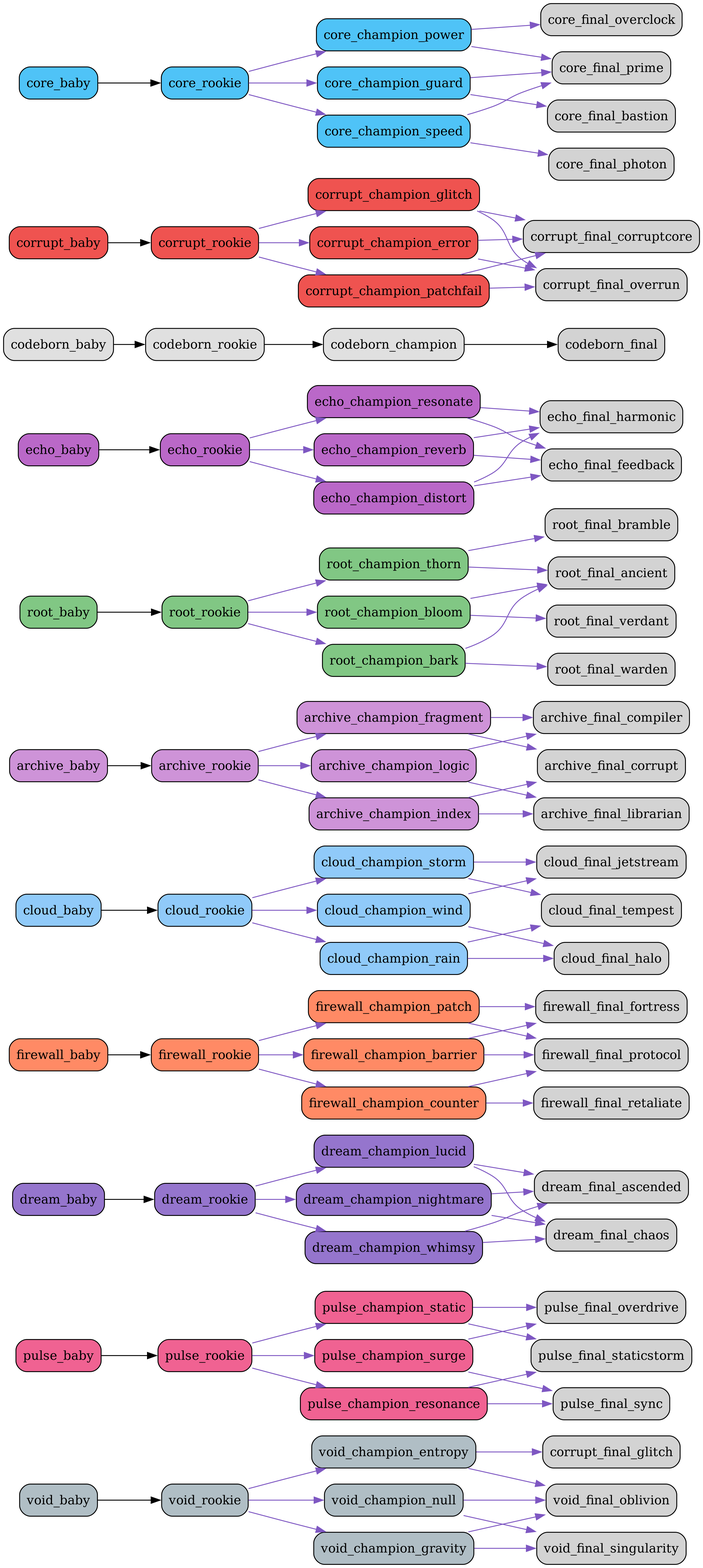
The Graphviz diagram src/netgrid/systems/evolution/graphs/full/evolution_graph.png in bwlight/NetGrid, before a commit. Its source is kept beside it as src/netgrid/systems/evolution/graphs/full/evolution_graph.dot. Source of this version:
```dot
digraph EvolutionTree {
  rankdir=LR;
  node [shape=box, style="rounded,filled"];
  "void_baby" [fillcolor="#b0bec5"];
  "void_baby" -> "void_rookie";
  "void_rookie" [fillcolor="#b0bec5"];
  "void_rookie" -> "void_champion_entropy" [color="#7e57c2"];
  "void_rookie" -> "void_champion_gravity" [color="#7e57c2"];
  "void_rookie" -> "void_champion_null" [color="#7e57c2"];
  "void_champion_entropy" [fillcolor="#b0bec5"];
  "void_champion_entropy" -> "corrupt_final_glitch" [color="#7e57c2"];
  "void_champion_entropy" -> "void_final_oblivion" [color="#7e57c2"];
  "void_champion_gravity" [fillcolor="#b0bec5"];
  "void_champion_gravity" -> "void_final_singularity" [color="#7e57c2"];
  "void_champion_gravity" -> "void_final_oblivion" [color="#7e57c2"];
  "void_champion_null" [fillcolor="#b0bec5"];
  "void_champion_null" -> "void_final_oblivion" [color="#7e57c2"];
  "void_champion_null" -> "void_final_singularity" [color="#7e57c2"];
  "pulse_baby" [fillcolor="#f06292"];
  "pulse_baby" -> "pulse_rookie";
  "pulse_rookie" [fillcolor="#f06292"];
  "pulse_rookie" -> "pulse_champion_surge" [color="#7e57c2"];
  "pulse_rookie" -> "pulse_champion_resonance" [color="#7e57c2"];
  "pulse_rookie" -> "pulse_champion_static" [color="#7e57c2"];
  "pulse_champion_surge" [fillcolor="#f06292"];
  "pulse_champion_surge" -> "pulse_final_overdrive" [color="#7e57c2"];
  "pulse_champion_surge" -> "pulse_final_sync" [color="#7e57c2"];
  "pulse_champion_resonance" [fillcolor="#f06292"];
  "pulse_champion_resonance" -> "pulse_final_sync" [color="#7e57c2"];
  "pulse_champion_resonance" -> "pulse_final_staticstorm" [color="#7e57c2"];
  "pulse_champion_static" [fillcolor="#f06292"];
  "pulse_champion_static" -> "pulse_final_staticstorm" [color="#7e57c2"];
  "pulse_champion_static" -> "pulse_final_overdrive" [color="#7e57c2"];
  "dream_baby" [fillcolor="#9575cd"];
  "dream_baby" -> "dream_rookie";
  "dream_rookie" [fillcolor="#9575cd"];
  "dream_rookie" -> "dream_champion_lucid" [color="#7e57c2"];
  "dream_rookie" -> "dream_champion_nightmare" [color="#7e57c2"];
  "dream_rookie" -> "dream_champion_whimsy" [color="#7e57c2"];
  "dream_champion_lucid" [fillcolor="#9575cd"];
  "dream_champion_lucid" -> "dream_final_ascended" [color="#7e57c2"];
  "dream_champion_lucid" -> "dream_final_chaos" [color="#7e57c2"];
  "dream_champion_nightmare" [fillcolor="#9575cd"];
  "dream_champion_nightmare" -> "dream_final_chaos" [color="#7e57c2"];
  "dream_champion_nightmare" -> "dream_final_ascended" [color="#7e57c2"];
  "dream_champion_whimsy" [fillcolor="#9575cd"];
  "dream_champion_whimsy" -> "dream_final_ascended" [color="#7e57c2"];
  "dream_champion_whimsy" -> "dream_final_chaos" [color="#7e57c2"];
  "firewall_baby" [fillcolor="#ff8a65"];
  "firewall_baby" -> "firewall_rookie";
  "firewall_rookie" [fillcolor="#ff8a65"];
  "firewall_rookie" -> "firewall_champion_barrier" [color="#7e57c2"];
  "firewall_rookie" -> "firewall_champion_counter" [color="#7e57c2"];
  "firewall_rookie" -> "firewall_champion_patch" [color="#7e57c2"];
  "firewall_champion_barrier" [fillcolor="#ff8a65"];
  "firewall_champion_barrier" -> "firewall_final_fortress" [color="#7e57c2"];
  "firewall_champion_barrier" -> "firewall_final_protocol" [color="#7e57c2"];
  "firewall_champion_counter" [fillcolor="#ff8a65"];
  "firewall_champion_counter" -> "firewall_final_retaliate" [color="#7e57c2"];
  "firewall_champion_counter" -> "firewall_final_protocol" [color="#7e57c2"];
  "firewall_champion_patch" [fillcolor="#ff8a65"];
  "firewall_champion_patch" -> "firewall_final_protocol" [color="#7e57c2"];
  "firewall_champion_patch" -> "firewall_final_fortress" [color="#7e57c2"];
  "cloud_baby" [fillcolor="#90caf9"];
  "cloud_baby" -> "cloud_rookie";
  "cloud_rookie" [fillcolor="#90caf9"];
  "cloud_rookie" -> "cloud_champion_wind" [color="#7e57c2"];
  "cloud_rookie" -> "cloud_champion_rain" [color="#7e57c2"];
  "cloud_rookie" -> "cloud_champion_storm" [color="#7e57c2"];
  "cloud_champion_wind" [fillcolor="#90caf9"];
  "cloud_champion_wind" -> "cloud_final_jetstream" [color="#7e57c2"];
  "cloud_champion_wind" -> "cloud_final_halo" [color="#7e57c2"];
  "cloud_champion_rain" [fillcolor="#90caf9"];
  "cloud_champion_rain" -> "cloud_final_halo" [color="#7e57c2"];
  "cloud_champion_rain" -> "cloud_final_tempest" [color="#7e57c2"];
  "cloud_champion_storm" [fillcolor="#90caf9"];
  "cloud_champion_storm" -> "cloud_final_tempest" [color="#7e57c2"];
  "cloud_champion_storm" -> "cloud_final_jetstream" [color="#7e57c2"];
  "archive_baby" [fillcolor="#ce93d8"];
  "archive_baby" -> "archive_rookie";
  "archive_rookie" [fillcolor="#ce93d8"];
  "archive_rookie" -> "archive_champion_logic" [color="#7e57c2"];
  "archive_rookie" -> "archive_champion_index" [color="#7e57c2"];
  "archive_rookie" -> "archive_champion_fragment" [color="#7e57c2"];
  "archive_champion_logic" [fillcolor="#ce93d8"];
  "archive_champion_logic" -> "archive_final_compiler" [color="#7e57c2"];
  "archive_champion_logic" -> "archive_final_librarian" [color="#7e57c2"];
  "archive_champion_index" [fillcolor="#ce93d8"];
  "archive_champion_index" -> "archive_final_librarian" [color="#7e57c2"];
  "archive_champion_index" -> "archive_final_corrupt" [color="#7e57c2"];
  "archive_champion_fragment" [fillcolor="#ce93d8"];
  "archive_champion_fragment" -> "archive_final_corrupt" [color="#7e57c2"];
  "archive_champion_fragment" -> "archive_final_compiler" [color="#7e57c2"];
  "root_baby" [fillcolor="#81c784"];
  "root_baby" -> "root_rookie";
  "root_rookie" [fillcolor="#81c784"];
  "root_rookie" -> "root_champion_thorn" [color="#7e57c2"];
  "root_rookie" -> "root_champion_bloom" [color="#7e57c2"];
  "root_rookie" -> "root_champion_bark" [color="#7e57c2"];
  "root_champion_thorn" [fillcolor="#81c784"];
  "root_champion_thorn" -> "root_final_bramble" [color="#7e57c2"];
  "root_champion_thorn" -> "root_final_ancient" [color="#7e57c2"];
  "root_champion_bloom" [fillcolor="#81c784"];
  "root_champion_bloom" -> "root_final_ancient" [color="#7e57c2"];
  "root_champion_bloom" -> "root_final_verdant" [color="#7e57c2"];
  "root_champion_bark" [fillcolor="#81c784"];
  "root_champion_bark" -> "root_final_warden" [color="#7e57c2"];
  "root_champion_bark" -> "root_final_ancient" [color="#7e57c2"];
  "echo_baby" [fillcolor="#ba68c8"];
  "echo_baby" -> "echo_rookie";
  "echo_rookie" [fillcolor="#ba68c8"];
  "echo_rookie" -> "echo_champion_resonate" [color="#7e57c2"];
  "echo_rookie" -> "echo_champion_reverb" [color="#7e57c2"];
  "echo_rookie" -> "echo_champion_distort" [color="#7e57c2"];
  "echo_champion_resonate" [fillcolor="#ba68c8"];
  "echo_champion_resonate" -> "echo_final_harmonic" [color="#7e57c2"];
  "echo_champion_resonate" -> "echo_final_feedback" [color="#7e57c2"];
  "echo_champion_reverb" [fillcolor="#ba68c8"];
  "echo_champion_reverb" -> "echo_final_feedback" [color="#7e57c2"];
  "echo_champion_reverb" -> "echo_final_harmonic" [color="#7e57c2"];
  "echo_champion_distort" [fillcolor="#ba68c8"];
  "echo_champion_distort" -> "echo_final_feedback" [color="#7e57c2"];
  "echo_champion_distort" -> "echo_final_harmonic" [color="#7e57c2"];
  "codeborn_baby" [fillcolor="#e0e0e0"];
  "codeborn_baby" -> "codeborn_rookie";
  "codeborn_rookie" [fillcolor="#e0e0e0"];
  "codeborn_rookie" -> "codeborn_champion";
  "codeborn_champion" [fillcolor="#e0e0e0"];
  "codeborn_champion" -> "codeborn_final";
  "corrupt_baby" [fillcolor="#ef5350"];
  "corrupt_baby" -> "corrupt_rookie";
  "corrupt_rookie" [fillcolor="#ef5350"];
  "corrupt_rookie" -> "corrupt_champion_glitch" [color="#7e57c2"];
  "corrupt_rookie" -> "corrupt_champion_error" [color="#7e57c2"];
  "corrupt_rookie" -> "corrupt_champion_patchfail" [color="#7e57c2"];
  "corrupt_champion_glitch" [fillcolor="#ef5350"];
  "corrupt_champion_glitch" -> "corrupt_final_corruptcore" [color="#7e57c2"];
  "corrupt_champion_glitch" -> "corrupt_final_overrun" [color="#7e57c2"];
  "corrupt_champion_error" [fillcolor="#ef5350"];
  "corrupt_champion_error" -> "corrupt_final_overrun" [color="#7e57c2"];
  "corrupt_champion_error" -> "corrupt_final_corruptcore" [color="#7e57c2"];
  "corrupt_champion_patchfail" [fillcolor="#ef5350"];
  "corrupt_champion_patchfail" -> "corrupt_final_corruptcore" [color="#7e57c2"];
  "corrupt_champion_patchfail" -> "corrupt_final_overrun" [color="#7e57c2"];
  "core_baby" [fillcolor="#4fc3f7"];
  "core_baby" -> "core_rookie";
  "core_rookie" [fillcolor="#4fc3f7"];
  "core_rookie" -> "core_champion_power" [color="#7e57c2"];
  "core_rookie" -> "core_champion_guard" [color="#7e57c2"];
  "core_rookie" -> "core_champion_speed" [color="#7e57c2"];
  "core_champion_power" [fillcolor="#4fc3f7"];
  "core_champion_power" -> "core_final_overclock" [color="#7e57c2"];
  "core_champion_power" -> "core_final_prime" [color="#7e57c2"];
  "core_champion_guard" [fillcolor="#4fc3f7"];
  "core_champion_guard" -> "core_final_bastion" [color="#7e57c2"];
  "core_champion_guard" -> "core_final_prime" [color="#7e57c2"];
  "core_champion_speed" [fillcolor="#4fc3f7"];
  "core_champion_speed" -> "core_final_photon" [color="#7e57c2"];
  "core_champion_speed" -> "core_final_prime" [color="#7e57c2"];
}
```
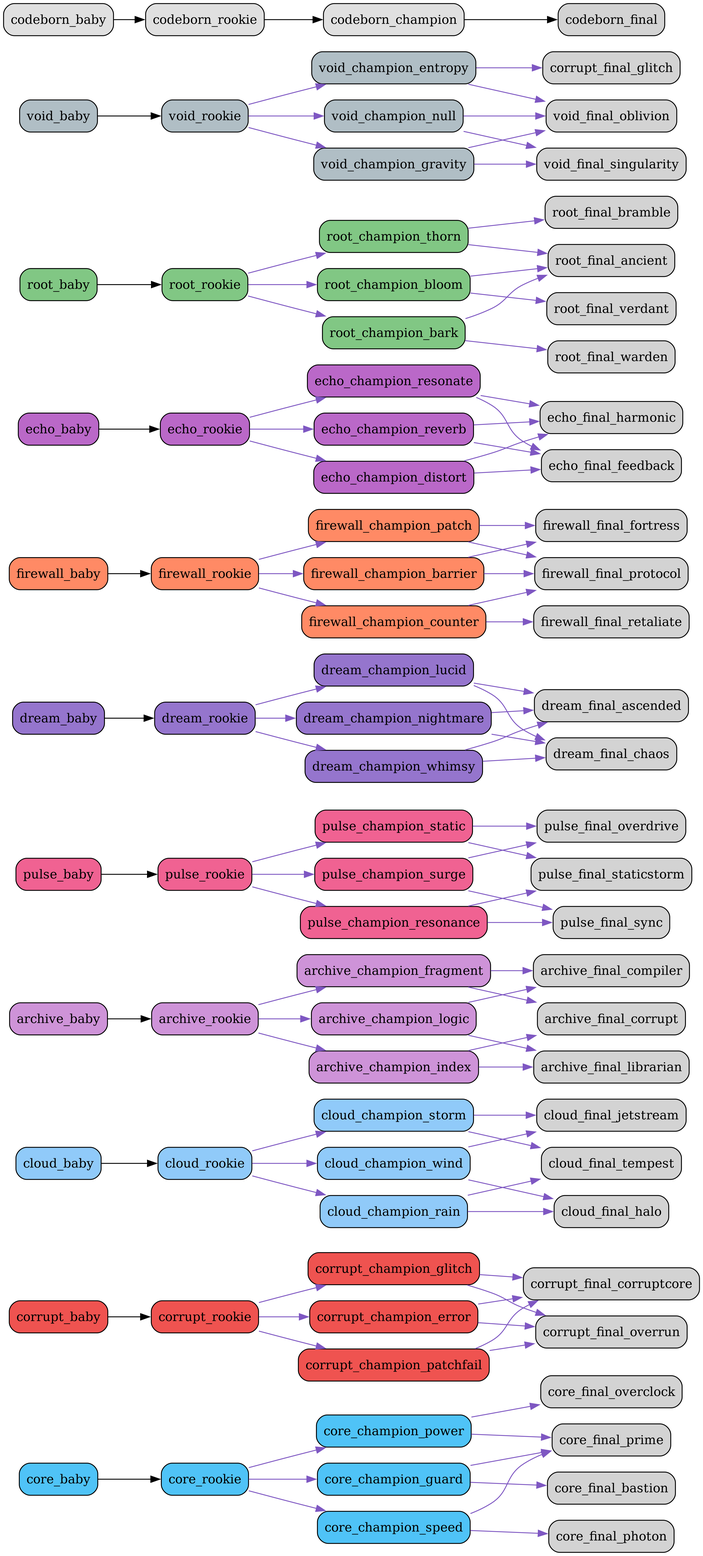
Later version of the same file.

Commit message:
Auto-update evolution graphs

What changed in the source:
```diff
@@ -1,21 +1,66 @@
 digraph EvolutionTree {
   rankdir=LR;
   node [shape=box, style="rounded,filled"];
-  "void_baby" [fillcolor="#b0bec5"];
-  "void_baby" -> "void_rookie";
-  "void_rookie" [fillcolor="#b0bec5"];
-  "void_rookie" -> "void_champion_entropy" [color="#7e57c2"];
-  "void_rookie" -> "void_champion_gravity" [color="#7e57c2"];
-  "void_rookie" -> "void_champion_null" [color="#7e57c2"];
-  "void_champion_entropy" [fillcolor="#b0bec5"];
-  "void_champion_entropy" -> "corrupt_final_glitch" [color="#7e57c2"];
-  "void_champion_entropy" -> "void_final_oblivion" [color="#7e57c2"];
-  "void_champion_gravity" [fillcolor="#b0bec5"];
-  "void_champion_gravity" -> "void_final_singularity" [color="#7e57c2"];
-  "void_champion_gravity" -> "void_final_oblivion" [color="#7e57c2"];
-  "void_champion_null" [fillcolor="#b0bec5"];
-  "void_champion_null" -> "void_final_oblivion" [color="#7e57c2"];
-  "void_champion_null" -> "void_final_singularity" [color="#7e57c2"];
+  "core_baby" [fillcolor="#4fc3f7"];
+  "core_baby" -> "core_rookie";
+  "core_rookie" [fillcolor="#4fc3f7"];
+  "core_rookie" -> "core_champion_power" [color="#7e57c2"];
+  "core_rookie" -> "core_champion_guard" [color="#7e57c2"];
+  "core_rookie" -> "core_champion_speed" [color="#7e57c2"];
+  "core_champion_power" [fillcolor="#4fc3f7"];
+  "core_champion_power" -> "core_final_overclock" [color="#7e57c2"];
+  "core_champion_power" -> "core_final_prime" [color="#7e57c2"];
+  "core_champion_guard" [fillcolor="#4fc3f7"];
+  "core_champion_guard" -> "core_final_bastion" [color="#7e57c2"];
+  "core_champion_guard" -> "core_final_prime" [color="#7e57c2"];
+  "core_champion_speed" [fillcolor="#4fc3f7"];
+  "core_champion_speed" -> "core_final_photon" [color="#7e57c2"];
+  "core_champion_speed" -> "core_final_prime" [color="#7e57c2"];
+  "corrupt_baby" [fillcolor="#ef5350"];
+  "corrupt_baby" -> "corrupt_rookie";
+  "corrupt_rookie" [fillcolor="#ef5350"];
+  "corrupt_rookie" -> "corrupt_champion_glitch" [color="#7e57c2"];
+  "corrupt_rookie" -> "corrupt_champion_error" [color="#7e57c2"];
+  "corrupt_rookie" -> "corrupt_champion_patchfail" [color="#7e57c2"];
+  "corrupt_champion_glitch" [fillcolor="#ef5350"];
+  "corrupt_champion_glitch" -> "corrupt_final_corruptcore" [color="#7e57c2"];
+  "corrupt_champion_glitch" -> "corrupt_final_overrun" [color="#7e57c2"];
+  "corrupt_champion_error" [fillcolor="#ef5350"];
+  "corrupt_champion_error" -> "corrupt_final_overrun" [color="#7e57c2"];
+  "corrupt_champion_error" -> "corrupt_final_corruptcore" [color="#7e57c2"];
+  "corrupt_champion_patchfail" [fillcolor="#ef5350"];
+  "corrupt_champion_patchfail" -> "corrupt_final_corruptcore" [color="#7e57c2"];
+  "corrupt_champion_patchfail" -> "corrupt_final_overrun" [color="#7e57c2"];
+  "cloud_baby" [fillcolor="#90caf9"];
+  "cloud_baby" -> "cloud_rookie";
+  "cloud_rookie" [fillcolor="#90caf9"];
+  "cloud_rookie" -> "cloud_champion_wind" [color="#7e57c2"];
+  "cloud_rookie" -> "cloud_champion_rain" [color="#7e57c2"];
+  "cloud_rookie" -> "cloud_champion_storm" [color="#7e57c2"];
+  "cloud_champion_wind" [fillcolor="#90caf9"];
+  "cloud_champion_wind" -> "cloud_final_jetstream" [color="#7e57c2"];
+  "cloud_champion_wind" -> "cloud_final_halo" [color="#7e57c2"];
+  "cloud_champion_rain" [fillcolor="#90caf9"];
+  "cloud_champion_rain" -> "cloud_final_halo" [color="#7e57c2"];
+  "cloud_champion_rain" -> "cloud_final_tempest" [color="#7e57c2"];
+  "cloud_champion_storm" [fillcolor="#90caf9"];
+  "cloud_champion_storm" -> "cloud_final_tempest" [color="#7e57c2"];
+  "cloud_champion_storm" -> "cloud_final_jetstream" [color="#7e57c2"];
+  "archive_baby" [fillcolor="#ce93d8"];
+  "archive_baby" -> "archive_rookie";
+  "archive_rookie" [fillcolor="#ce93d8"];
+  "archive_rookie" -> "archive_champion_logic" [color="#7e57c2"];
+  "archive_rookie" -> "archive_champion_index" [color="#7e57c2"];
+  "archive_rookie" -> "archive_champion_fragment" [color="#7e57c2"];
+  "archive_champion_logic" [fillcolor="#ce93d8"];
+  "archive_champion_logic" -> "archive_final_compiler" [color="#7e57c2"];
+  "archive_champion_logic" -> "archive_final_librarian" [color="#7e57c2"];
+  "archive_champion_index" [fillcolor="#ce93d8"];
+  "archive_champion_index" -> "archive_final_librarian" [color="#7e57c2"];
+  "archive_champion_index" -> "archive_final_corrupt" [color="#7e57c2"];
+  "archive_champion_fragment" [fillcolor="#ce93d8"];
+  "archive_champion_fragment" -> "archive_final_corrupt" [color="#7e57c2"];
+  "archive_champion_fragment" -> "archive_final_compiler" [color="#7e57c2"];
   "pulse_baby" [fillcolor="#f06292"];
   "pulse_baby" -> "pulse_rookie";
   "pulse_rookie" [fillcolor="#f06292"];
@@ -61,36 +106,21 @@
   "firewall_champion_patch" [fillcolor="#ff8a65"];
   "firewall_champion_patch" -> "firewall_final_protocol" [color="#7e57c2"];
   "firewall_champion_patch" -> "firewall_final_fortress" [color="#7e57c2"];
-  "cloud_baby" [fillcolor="#90caf9"];
-  "cloud_baby" -> "cloud_rookie";
-  "cloud_rookie" [fillcolor="#90caf9"];
-  "cloud_rookie" -> "cloud_champion_wind" [color="#7e57c2"];
-  "cloud_rookie" -> "cloud_champion_rain" [color="#7e57c2"];
-  "cloud_rookie" -> "cloud_champion_storm" [color="#7e57c2"];
-  "cloud_champion_wind" [fillcolor="#90caf9"];
-  "cloud_champion_wind" -> "cloud_final_jetstream" [color="#7e57c2"];
-  "cloud_champion_wind" -> "cloud_final_halo" [color="#7e57c2"];
-  "cloud_champion_rain" [fillcolor="#90caf9"];
-  "cloud_champion_rain" -> "cloud_final_halo" [color="#7e57c2"];
-  "cloud_champion_rain" -> "cloud_final_tempest" [color="#7e57c2"];
-  "cloud_champion_storm" [fillcolor="#90caf9"];
-  "cloud_champion_storm" -> "cloud_final_tempest" [color="#7e57c2"];
-  "cloud_champion_storm" -> "cloud_final_jetstream" [color="#7e57c2"];
-  "archive_baby" [fillcolor="#ce93d8"];
-  "archive_baby" -> "archive_rookie";
-  "archive_rookie" [fillcolor="#ce93d8"];
-  "archive_rookie" -> "archive_champion_logic" [color="#7e57c2"];
-  "archive_rookie" -> "archive_champion_index" [color="#7e57c2"];
-  "archive_rookie" -> "archive_champion_fragment" [color="#7e57c2"];
-  "archive_champion_logic" [fillcolor="#ce93d8"];
-  "archive_champion_logic" -> "archive_final_compiler" [color="#7e57c2"];
-  "archive_champion_logic" -> "archive_final_librarian" [color="#7e57c2"];
-  "archive_champion_index" [fillcolor="#ce93d8"];
-  "archive_champion_index" -> "archive_final_librarian" [color="#7e57c2"];
-  "archive_champion_index" -> "archive_final_corrupt" [color="#7e57c2"];
-  "archive_champion_fragment" [fillcolor="#ce93d8"];
-  "archive_champion_fragment" -> "archive_final_corrupt" [color="#7e57c2"];
-  "archive_champion_fragment" -> "archive_final_compiler" [color="#7e57c2"];
+  "echo_baby" [fillcolor="#ba68c8"];
+  "echo_baby" -> "echo_rookie";
+  "echo_rookie" [fillcolor="#ba68c8"];
+  "echo_rookie" -> "echo_champion_resonate" [color="#7e57c2"];
+  "echo_rookie" -> "echo_champion_reverb" [color="#7e57c2"];
+  "echo_rookie" -> "echo_champion_distort" [color="#7e57c2"];
+  "echo_champion_resonate" [fillcolor="#ba68c8"];
+  "echo_champion_resonate" -> "echo_final_harmonic" [color="#7e57c2"];
+  "echo_champion_resonate" -> "echo_final_feedback" [color="#7e57c2"];
+  "echo_champion_reverb" [fillcolor="#ba68c8"];
+  "echo_champion_reverb" -> "echo_final_feedback" [color="#7e57c2"];
+  "echo_champion_reverb" -> "echo_final_harmonic" [color="#7e57c2"];
+  "echo_champion_distort" [fillcolor="#ba68c8"];
+  "echo_champion_distort" -> "echo_final_feedback" [color="#7e57c2"];
+  "echo_champion_distort" -> "echo_final_harmonic" [color="#7e57c2"];
   "root_baby" [fillcolor="#81c784"];
   "root_baby" -> "root_rookie";
   "root_rookie" [fillcolor="#81c784"];
@@ -106,55 +136,25 @@
   "root_champion_bark" [fillcolor="#81c784"];
   "root_champion_bark" -> "root_final_warden" [color="#7e57c2"];
   "root_champion_bark" -> "root_final_ancient" [color="#7e57c2"];
-  "echo_baby" [fillcolor="#ba68c8"];
-  "echo_baby" -> "echo_rookie";
-  "echo_rookie" [fillcolor="#ba68c8"];
-  "echo_rookie" -> "echo_champion_resonate" [color="#7e57c2"];
-  "echo_rookie" -> "echo_champion_reverb" [color="#7e57c2"];
-  "echo_rookie" -> "echo_champion_distort" [color="#7e57c2"];
-  "echo_champion_resonate" [fillcolor="#ba68c8"];
-  "echo_champion_resonate" -> "echo_final_harmonic" [color="#7e57c2"];
-  "echo_champion_resonate" -> "echo_final_feedback" [color="#7e57c2"];
-  "echo_champion_reverb" [fillcolor="#ba68c8"];
-  "echo_champion_reverb" -> "echo_final_feedback" [color="#7e57c2"];
-  "echo_champion_reverb" -> "echo_final_harmonic" [color="#7e57c2"];
-  "echo_champion_distort" [fillcolor="#ba68c8"];
-  "echo_champion_distort" -> "echo_final_feedback" [color="#7e57c2"];
-  "echo_champion_distort" -> "echo_final_harmonic" [color="#7e57c2"];
+  "void_baby" [fillcolor="#b0bec5"];
+  "void_baby" -> "void_rookie";
+  "void_rookie" [fillcolor="#b0bec5"];
+  "void_rookie" -> "void_champion_entropy" [color="#7e57c2"];
+  "void_rookie" -> "void_champion_gravity" [color="#7e57c2"];
+  "void_rookie" -> "void_champion_null" [color="#7e57c2"];
+  "void_champion_entropy" [fillcolor="#b0bec5"];
+  "void_champion_entropy" -> "corrupt_final_glitch" [color="#7e57c2"];
+  "void_champion_entropy" -> "void_final_oblivion" [color="#7e57c2"];
+  "void_champion_gravity" [fillcolor="#b0bec5"];
+  "void_champion_gravity" -> "void_final_singularity" [color="#7e57c2"];
+  "void_champion_gravity" -> "void_final_oblivion" [color="#7e57c2"];
+  "void_champion_null" [fillcolor="#b0bec5"];
+  "void_champion_null" -> "void_final_oblivion" [color="#7e57c2"];
+  "void_champion_null" -> "void_final_singularity" [color="#7e57c2"];
   "codeborn_baby" [fillcolor="#e0e0e0"];
   "codeborn_baby" -> "codeborn_rookie";
   "codeborn_rookie" [fillcolor="#e0e0e0"];
   "codeborn_rookie" -> "codeborn_champion";
   "codeborn_champion" [fillcolor="#e0e0e0"];
   "codeborn_champion" -> "codeborn_final";
-  "corrupt_baby" [fillcolor="#ef5350"];
-  "corrupt_baby" -> "corrupt_rookie";
-  "corrupt_rookie" [fillcolor="#ef5350"];
-  "corrupt_rookie" -> "corrupt_champion_glitch" [color="#7e57c2"];
-  "corrupt_rookie" -> "corrupt_champion_error" [color="#7e57c2"];
-  "corrupt_rookie" -> "corrupt_champion_patchfail" [color="#7e57c2"];
-  "corrupt_champion_glitch" [fillcolor="#ef5350"];
-  "corrupt_champion_glitch" -> "corrupt_final_corruptcore" [color="#7e57c2"];
-  "corrupt_champion_glitch" -> "corrupt_final_overrun" [color="#7e57c2"];
-  "corrupt_champion_error" [fillcolor="#ef5350"];
-  "corrupt_champion_error" -> "corrupt_final_overrun" [color="#7e57c2"];
-  "corrupt_champion_error" -> "corrupt_final_corruptcore" [color="#7e57c2"];
-  "corrupt_champion_patchfail" [fillcolor="#ef5350"];
-  "corrupt_champion_patchfail" -> "corrupt_final_corruptcore" [color="#7e57c2"];
-  "corrupt_champion_patchfail" -> "corrupt_final_overrun" [color="#7e57c2"];
-  "core_baby" [fillcolor="#4fc3f7"];
-  "core_baby" -> "core_rookie";
-  "core_rookie" [fillcolor="#4fc3f7"];
-  "core_rookie" -> "core_champion_power" [color="#7e57c2"];
-  "core_rookie" -> "core_champion_guard" [color="#7e57c2"];
-  "core_rookie" -> "core_champion_speed" [color="#7e57c2"];
-  "core_champion_power" [fillcolor="#4fc3f7"];
-  "core_champion_power" -> "core_final_overclock" [color="#7e57c2"];
-  "core_champion_power" -> "core_final_prime" [color="#7e57c2"];
-  "core_champion_guard" [fillcolor="#4fc3f7"];
-  "core_champion_guard" -> "core_final_bastion" [color="#7e57c2"];
-  "core_champion_guard" -> "core_final_prime" [color="#7e57c2"];
-  "core_champion_speed" [fillcolor="#4fc3f7"];
-  "core_champion_speed" -> "core_final_photon" [color="#7e57c2"];
-  "core_champion_speed" -> "core_final_prime" [color="#7e57c2"];
 }
```
